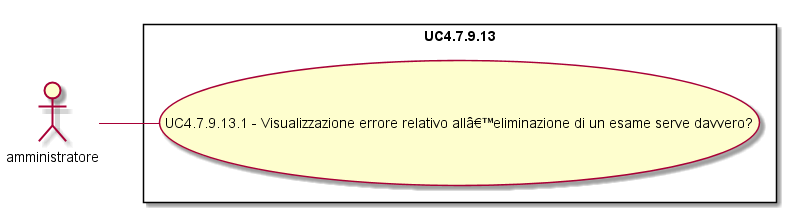
SOS-SonsOfSwe/Marvin keeps this PlantUML diagram as Analisi dei requisiti/img/UC4-7-9-13.png. Above is the earlier version.
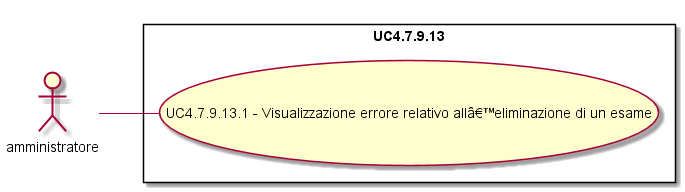
After the change.

What changed in the source:
```diff
@@ -3,6 +3,6 @@
 skinparam packageStyle rectangle
 actor amministratore
 rectangle UC4.7.9.13 {
-amministratore -- (UC4.7.9.13.1 - Visualizzazione errore relativo allâ??eliminazione di un esame serve davvero?)
+amministratore -- (UC4.7.9.13.1 - Visualizzazione errore relativo allâ??eliminazione di un esame)
 }
 @enduml
```
